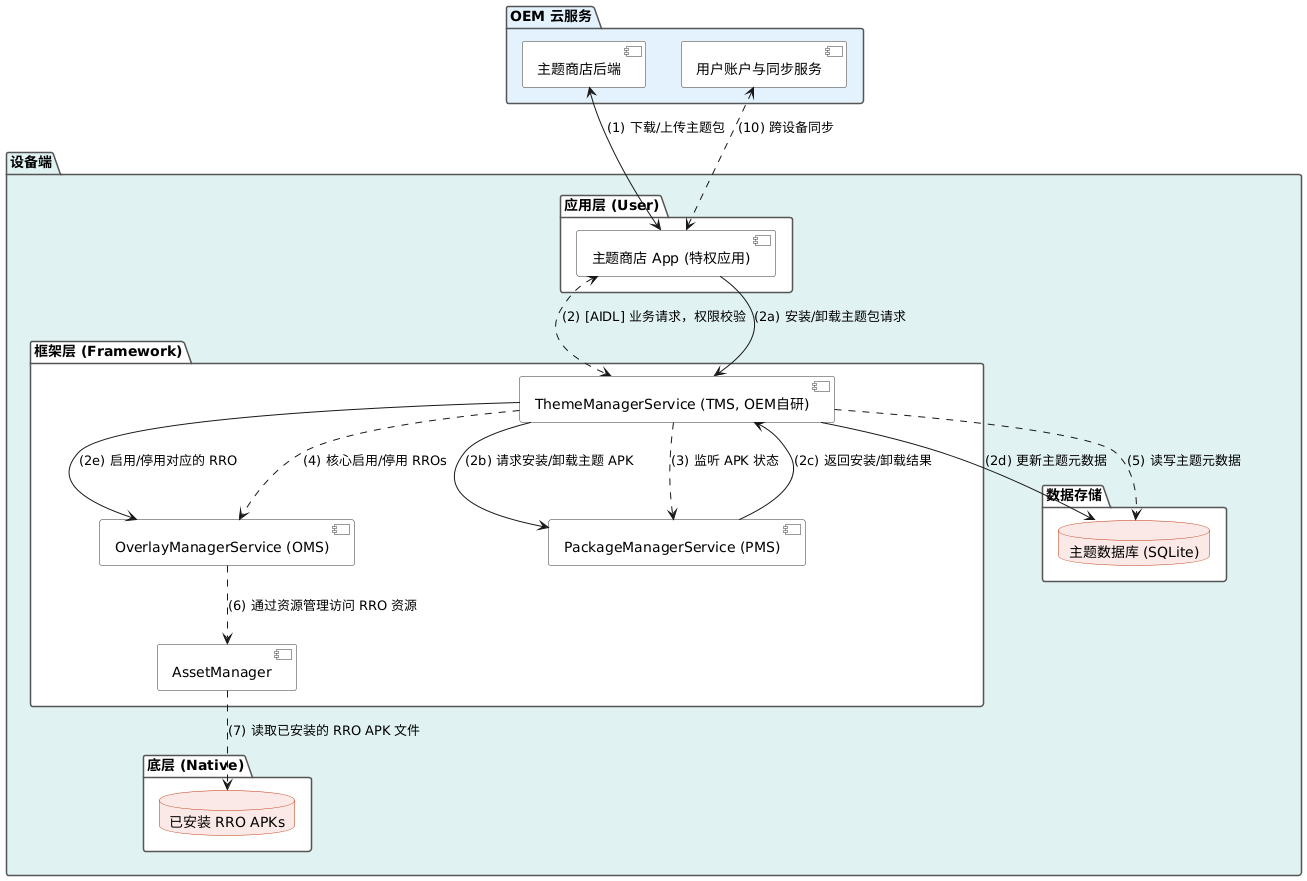
Above: static/images/android-thememanagerservice-sw-architecture.png in Ethen-Cao/ethenslab (PlantUML), before the change. Its diagram source:
```plantuml
@startuml
skinparam defaultFontColor #000000
skinparam shadowing false
skinparam package {
    BorderColor #555555
    BackgroundColor #FFFFFF
}
skinparam component {
    BorderColor #333333
    BackgroundColor #FFFFFF
}
skinparam database {
    BorderColor #BF360C
    BackgroundColor #FBE9E7
}

package "OEM 云服务" #E3F2FD {
    [主题商店后端] as Server
    [用户账户与同步服务] as AccountServer
}

package "设备端" #E0F2F1 {
    package "应用层 (User)" {
        [主题商店 App (特权应用)] as StoreApp
    }

    package "框架层 (Framework)" {
        [ThemeManagerService (TMS, OEM自研)] as TMS
        [OverlayManagerService (OMS)] as OMS
        [PackageManagerService (PMS)] as PMS
        [AssetManager] as AssetMgr
    }

    package "底层 (Native)" {
        database "已安装 RRO APKs" as RRO_APKs
    }

    package "数据存储" {
        database "主题数据库 (SQLite)" as ThemeDB
    }
}

Server <-down-> StoreApp : (1) 下载/上传主题包
AccountServer <.down.> StoreApp : (10) 跨设备同步

StoreApp <.down.> TMS : (2) [AIDL] 业务请求，权限校验

StoreApp --> TMS : (2a) 安装/卸载主题包请求
TMS --> PMS : (2b) 请求安装/卸载主题 APK
PMS --> TMS : (2c) 返回安装/卸载结果
TMS --> ThemeDB : (2d) 更新主题元数据
TMS --> OMS : (2e) 启用/停用对应的 RRO

TMS .down.> PMS : (3) 监听 APK 状态
TMS .down.> OMS : (4) 核心启用/停用 RROs
TMS .down.> ThemeDB : (5) 读写主题元数据

OMS .down.> AssetMgr : (6) 通过资源管理访问 RRO 资源
AssetMgr .down.> RRO_APKs : (7) 读取已安装的 RRO APK 文件

@enduml
```
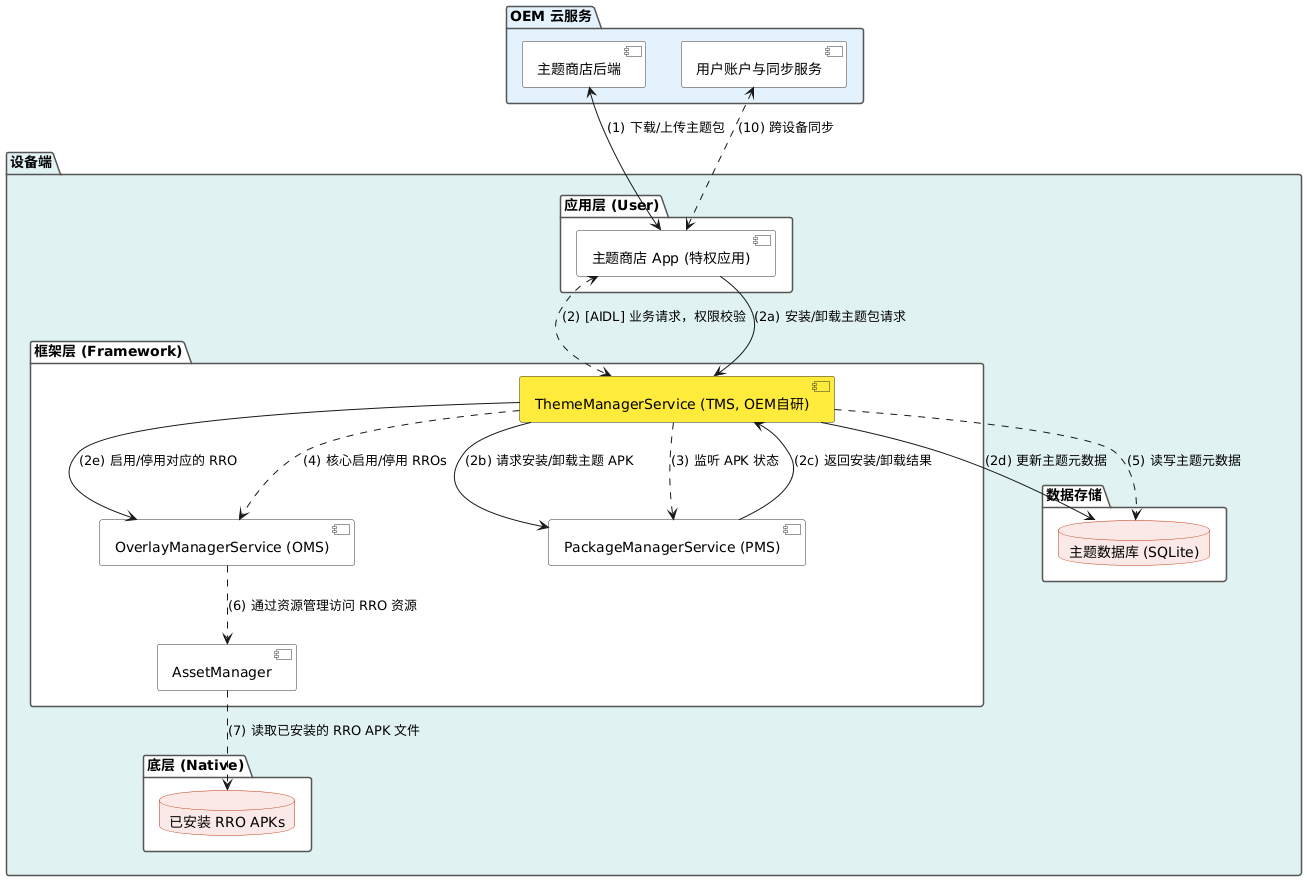
Above is the later version.

The edit, as a diff of the source:
```diff
@@ -25,7 +25,7 @@
     }
 
     package "框架层 (Framework)" {
-        [ThemeManagerService (TMS, OEM自研)] as TMS
+        [ThemeManagerService (TMS, OEM自研)] as TMS #FFEB3B
         [OverlayManagerService (OMS)] as OMS
         [PackageManagerService (PMS)] as PMS
         [AssetManager] as AssetMgr
```
